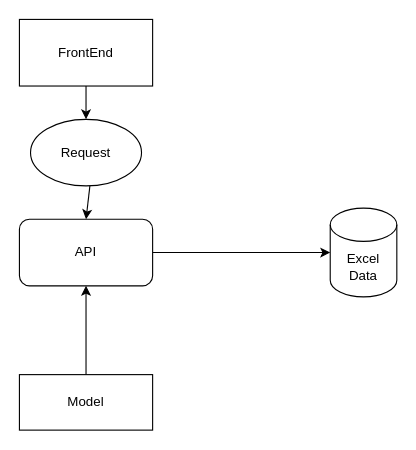
Above: drawing.drawio in 464venkatsai/Recommendation-System (draw.io), before the change. Source tidied: cells renumbered, new cells numbered last; positions are measured from the earlier drawing's top-left corner, leaving out a move shared by most shapes. Both pictures are drawn from the tidied source at 111%, with x=0, y=0 at pixel (19, 19).
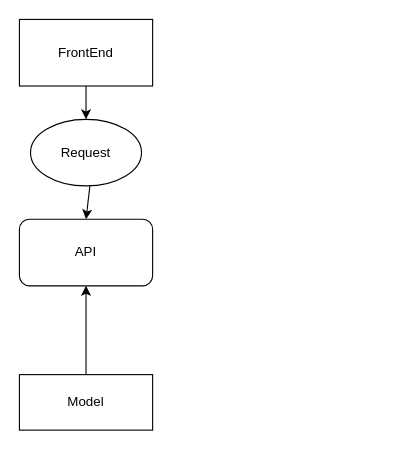
The same page after the edit.

Change to the diagram source:
```diff
@@
 <mxGraphModel>
   <root>
     <mxCell id="0" />
     <mxCell id="1" parent="0" />
     <mxCell id="2" style="edgeStyle=none;html=1;" parent="1" edge="1" source="3" target="9">
       <mxGeometry relative="1" as="geometry" />
     </mxCell>
     <mxCell id="3" value="FrontEnd" style="rounded=0;whiteSpace=wrap;html=1;" parent="1" vertex="1">
       <mxGeometry width="120" height="60" as="geometry" />
     </mxCell>
-    <mxCell id="4" style="edgeStyle=none;html=1;entryX=0;entryY=0.5;entryDx=0;entryDy=0;entryPerimeter=0;" parent="1" edge="1" source="5" target="10">
-      <mxGeometry relative="1" as="geometry" />
-    </mxCell>
     <mxCell id="5" value="API" style="rounded=1;whiteSpace=wrap;html=1;" parent="1" vertex="1">
       <mxGeometry y="180" width="120" height="60" as="geometry" />
     </mxCell>
     <mxCell id="6" style="edgeStyle=none;html=1;" parent="1" edge="1" source="7" target="5">
       <mxGeometry relative="1" as="geometry" />
     </mxCell>
     <mxCell id="7" value="Model" style="rounded=0;whiteSpace=wrap;html=1;" parent="1" vertex="1">
       <mxGeometry y="320" width="120" height="50" as="geometry" />
     </mxCell>
     <mxCell id="8" style="edgeStyle=none;html=1;" parent="1" edge="1" source="9" target="5">
       <mxGeometry relative="1" as="geometry" />
     </mxCell>
     <mxCell id="9" value="Request" style="ellipse;whiteSpace=wrap;html=1;" parent="1" vertex="1">
       <mxGeometry x="10" y="90" width="100" height="60" as="geometry" />
     </mxCell>
-    <mxCell id="10" value="Excel Data" style="shape=cylinder3;whiteSpace=wrap;html=1;boundedLbl=1;backgroundOutline=1;size=15;" parent="1" vertex="1">
-      <mxGeometry x="280" y="170" width="60" height="80" as="geometry" />
-    </mxCell>
   </root>
 </mxGraphModel>
```
